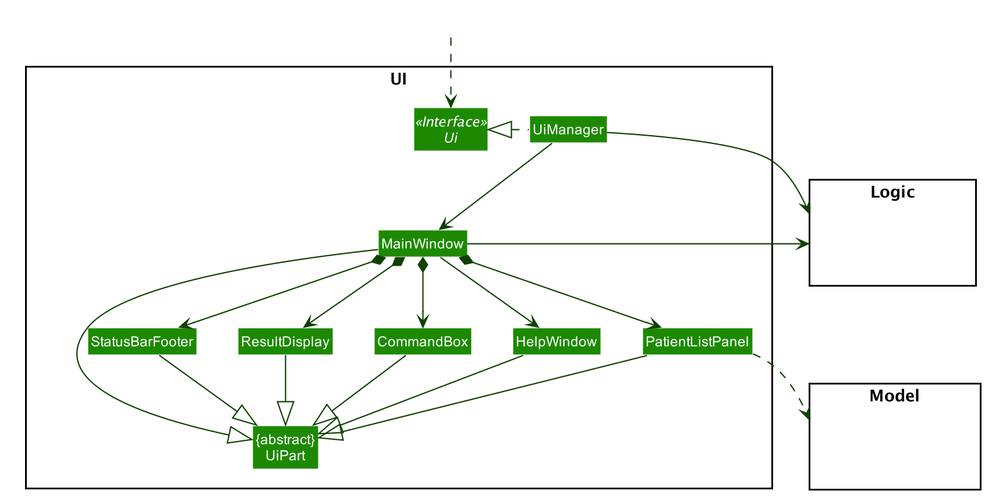
Above: docs/images/UiClassDiagram.png in wang-jun-hao/tp (PlantUML), before the change.
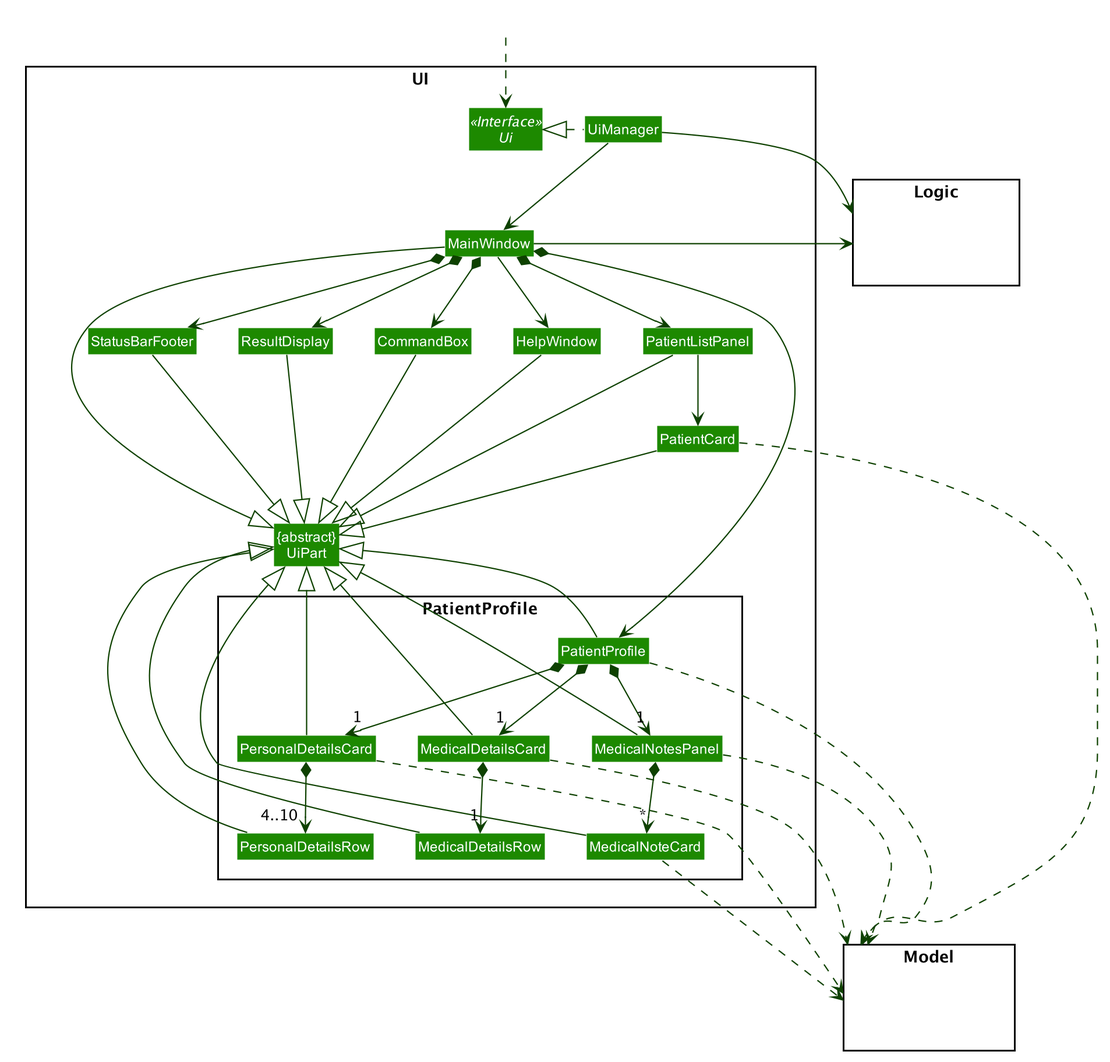
The same file after the commit.

The edit, as a diff of the source:
```diff
@@ -59,8 +59,19 @@
 Class HelpWindow
 Class ResultDisplay
 Class PatientListPanel
+Class PatientCard
 Class StatusBarFooter
 Class CommandBox
+
+Package PatientProfile {
+Class PatientProfile
+Class PersonalDetailsCard
+Class PersonalDetailsRow
+Class MedicalDetailsCard
+Class MedicalDetailsRow
+Class MedicalNotesPanel
+Class MedicalNoteCard
+}
 }
 
 package Model <<Rectangle>> {
@@ -80,24 +91,53 @@
 MainWindow *-down-> CommandBox
 MainWindow *-down-> ResultDisplay
 MainWindow *-down-> PatientListPanel
+MainWindow *-down-> PatientProfile
 MainWindow *-down-> StatusBarFooter
+
+PatientListPanel -down-> PatientCard
 
 MainWindow -left-|> UiPart
 
 ResultDisplay --|> UiPart
 CommandBox --|> UiPart
 PatientListPanel --|> UiPart
+PatientCard --|> UiPart
 StatusBarFooter --|> UiPart
 HelpWindow -down-|> UiPart
+PatientProfile -up-|> UiPart
+PersonalDetailsCard -up-|> UiPart
+PersonalDetailsRow -up-|> UiPart
+MedicalDetailsCard -up-|> UiPart
+MedicalDetailsRow -up-|> UiPart
+MedicalNotesPanel -up-|> UiPart
+MedicalNoteCard -up-|> UiPart
 
-PatientListPanel ..> Model
+PatientCard ..> Model
 UiManager -right-> Logic
 MainWindow -left-> Logic
+
+PatientProfile .right.> Model
+PatientProfile *--> "1" PersonalDetailsCard
+PatientProfile *--> "1" MedicalDetailsCard
+PatientProfile *--> "1" MedicalNotesPanel
+
+PersonalDetailsCard .right.> Model
+PersonalDetailsCard *--> "4..10" PersonalDetailsRow
+
+MedicalDetailsCard .right.> Model
+MedicalDetailsCard *--> "1" MedicalDetailsRow
+
+MedicalNotesPanel .right.> Model
+MedicalNotesPanel *--> "*" MedicalNoteCard
+MedicalNoteCard ..> Model
 
 PatientListPanel -[hidden]left- HelpWindow
 HelpWindow -[hidden]left- CommandBox
 CommandBox -[hidden]left- ResultDisplay
 ResultDisplay -[hidden]left- StatusBarFooter
 
+PersonalDetailsCard -[hidden]right- MedicalDetailsCard
+MedicalDetailsCard -[hidden]right- MedicalNotesPanel
+
 MainWindow -[hidden]-|> UiPart
 @enduml
```
